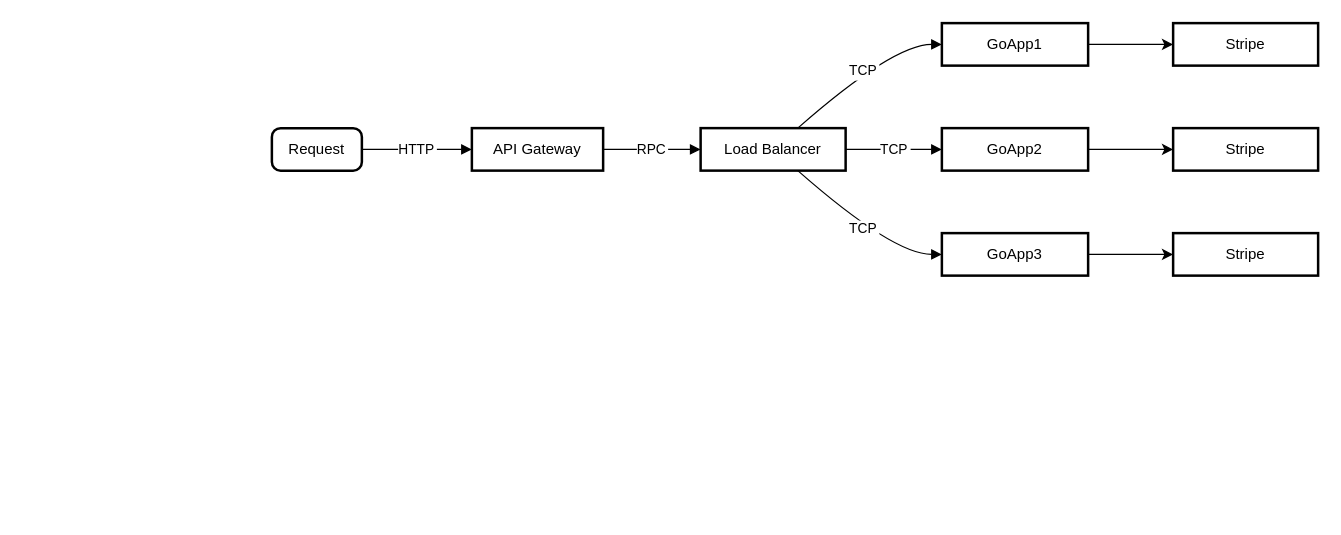
The draw.io diagram drawio/transactions-connect.drawio in HIM-Services/heaven-in-mouth, before the edit. Source tidied: cells renumbered, new cells numbered last; positions are measured from the earlier drawing's top-left corner, leaving out a move shared by most shapes. Both pictures are drawn from the tidied source at 125%, with x=0, y=0 at pixel (271, 22).
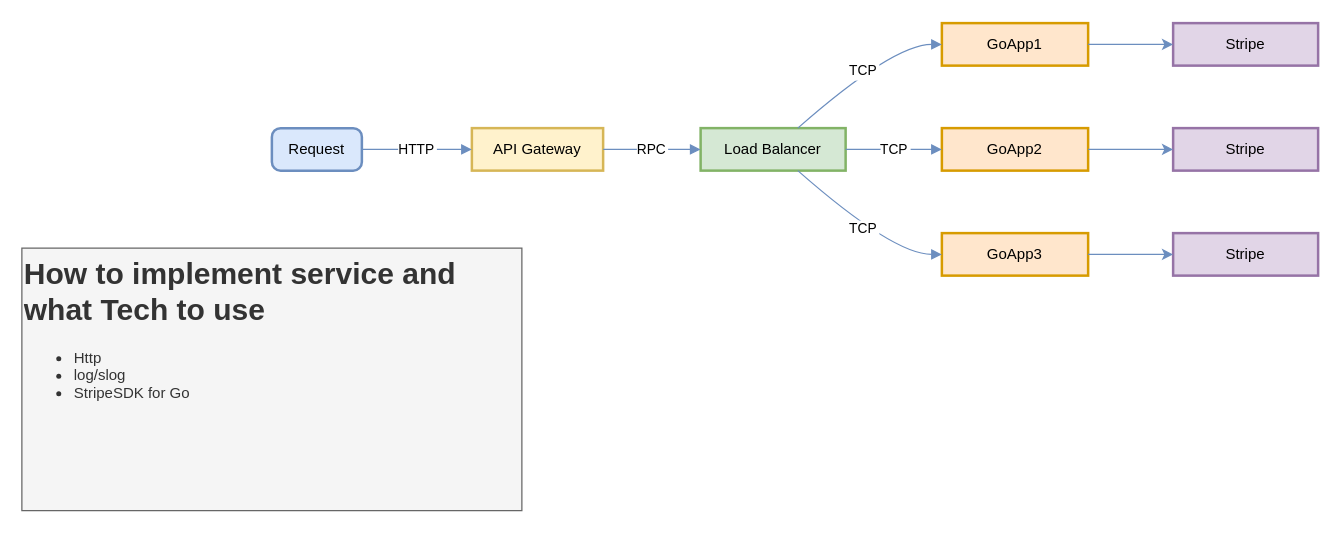
The same page after the edit.

Change to the diagram source:
```diff
@@
-    <mxCell id="2" value="Request" style="rounded=1;absoluteArcSize=1;arcSize=14;whiteSpace=wrap;strokeWidth=2;" parent="1" vertex="1">
+    <mxCell id="2" value="Request" style="rounded=1;absoluteArcSize=1;arcSize=14;whiteSpace=wrap;strokeWidth=2;fillColor=#dae8fc;strokeColor=#6c8ebf;" parent="1" vertex="1">
       <mxGeometry y="84" width="72" height="34" as="geometry" />
     </mxCell>
-    <mxCell id="3" value="API Gateway" style="whiteSpace=wrap;strokeWidth=2;" parent="1" vertex="1">
+    <mxCell id="3" value="API Gateway" style="whiteSpace=wrap;strokeWidth=2;fillColor=#fff2cc;strokeColor=#d6b656;" parent="1" vertex="1">
       <mxGeometry x="160" y="84" width="105" height="34" as="geometry" />
     </mxCell>
-    <mxCell id="4" value="Load Balancer" style="whiteSpace=wrap;strokeWidth=2;" parent="1" vertex="1">
+    <mxCell id="4" value="Load Balancer" style="whiteSpace=wrap;strokeWidth=2;fillColor=#d5e8d4;strokeColor=#82b366;" parent="1" vertex="1">
       <mxGeometry x="343" y="84" width="116" height="34" as="geometry" />
     </mxCell>
-    <mxCell id="5" value="GoApp1" style="whiteSpace=wrap;strokeWidth=2;" parent="1" vertex="1">
+    <mxCell id="5" value="GoApp1" style="whiteSpace=wrap;strokeWidth=2;fillColor=#ffe6cc;strokeColor=#d79b00;" parent="1" vertex="1">
       <mxGeometry x="536" width="117" height="34" as="geometry" />
     </mxCell>
-    <mxCell id="6" value="GoApp2" style="whiteSpace=wrap;strokeWidth=2;" parent="1" vertex="1">
+    <mxCell id="6" value="GoApp2" style="whiteSpace=wrap;strokeWidth=2;fillColor=#ffe6cc;strokeColor=#d79b00;" parent="1" vertex="1">
       <mxGeometry x="536" y="84" width="117" height="34" as="geometry" />
     </mxCell>
-    <mxCell id="7" value="GoApp3" style="whiteSpace=wrap;strokeWidth=2;" parent="1" vertex="1">
+    <mxCell id="7" value="GoApp3" style="whiteSpace=wrap;strokeWidth=2;fillColor=#ffe6cc;strokeColor=#d79b00;" parent="1" vertex="1">
       <mxGeometry x="536" y="168" width="117" height="34" as="geometry" />
     </mxCell>
-    <mxCell id="8" value="HTTP" style="curved=1;startArrow=none;endArrow=block;exitX=0.99;exitY=0.5;entryX=0;entryY=0.5;" parent="1" edge="1" source="2" target="3">
+    <mxCell id="8" value="HTTP" style="curved=1;startArrow=none;endArrow=block;exitX=0.99;exitY=0.5;entryX=0;entryY=0.5;fillColor=#dae8fc;strokeColor=#6c8ebf;" parent="1" edge="1" source="2" target="3">
       <mxGeometry relative="1" as="geometry" />
     </mxCell>
-    <mxCell id="9" value="RPC" style="curved=1;startArrow=none;endArrow=block;exitX=1;exitY=0.5;entryX=0;entryY=0.5;" parent="1" edge="1" source="3" target="4">
+    <mxCell id="9" value="RPC" style="curved=1;startArrow=none;endArrow=block;exitX=1;exitY=0.5;entryX=0;entryY=0.5;fillColor=#dae8fc;strokeColor=#6c8ebf;" parent="1" edge="1" source="3" target="4">
       <mxGeometry relative="1" as="geometry" />
     </mxCell>
-    <mxCell id="10" value="TCP" style="curved=1;startArrow=none;endArrow=block;exitX=0.67;exitY=0;entryX=0;entryY=0.5;" parent="1" edge="1" source="4" target="5">
+    <mxCell id="10" value="TCP" style="curved=1;startArrow=none;endArrow=block;exitX=0.67;exitY=0;entryX=0;entryY=0.5;fillColor=#dae8fc;strokeColor=#6c8ebf;" parent="1" edge="1" source="4" target="5">
       <mxGeometry relative="1" as="geometry">
         <Array as="points">
           <mxPoint x="497" y="17" />
         </Array>
       </mxGeometry>
     </mxCell>
-    <mxCell id="11" value="TCP" style="curved=1;startArrow=none;endArrow=block;exitX=1;exitY=0.5;entryX=0;entryY=0.5;" parent="1" edge="1" source="4" target="6">
+    <mxCell id="11" value="TCP" style="curved=1;startArrow=none;endArrow=block;exitX=1;exitY=0.5;entryX=0;entryY=0.5;fillColor=#dae8fc;strokeColor=#6c8ebf;" parent="1" edge="1" source="4" target="6">
       <mxGeometry relative="1" as="geometry" />
     </mxCell>
-    <mxCell id="12" value="TCP" style="curved=1;startArrow=none;endArrow=block;exitX=0.67;exitY=1;entryX=0;entryY=0.5;" parent="1" edge="1" source="4" target="7">
+    <mxCell id="12" value="TCP" style="curved=1;startArrow=none;endArrow=block;exitX=0.67;exitY=1;entryX=0;entryY=0.5;fillColor=#dae8fc;strokeColor=#6c8ebf;" parent="1" edge="1" source="4" target="7">
       <mxGeometry relative="1" as="geometry">
         <Array as="points">
           <mxPoint x="497" y="185" />
         </Array>
       </mxGeometry>
     </mxCell>
-    <mxCell id="13" value="Stripe" style="whiteSpace=wrap;strokeWidth=2;" parent="1" vertex="1">
+    <mxCell id="13" value="Stripe" style="whiteSpace=wrap;strokeWidth=2;fillColor=#e1d5e7;strokeColor=#9673a6;" parent="1" vertex="1">
       <mxGeometry x="721" y="84" width="116" height="34" as="geometry" />
     </mxCell>
-    <mxCell id="14" style="endArrow=classic;html=1;rounded=0;exitX=1;exitY=0.5;exitDx=0;exitDy=0;entryX=0;entryY=0.5;entryDx=0;entryDy=0;" parent="1" edge="1" source="6" target="13">
+    <mxCell id="14" style="endArrow=classic;html=1;rounded=0;exitX=1;exitY=0.5;exitDx=0;exitDy=0;entryX=0;entryY=0.5;entryDx=0;entryDy=0;fillColor=#dae8fc;strokeColor=#6c8ebf;" parent="1" edge="1" source="6" target="13">
       <mxGeometry relative="1" as="geometry" />
     </mxCell>
-    <mxCell id="15" value="Stripe" style="whiteSpace=wrap;strokeWidth=2;" parent="1" vertex="1">
+    <mxCell id="15" value="Stripe" style="whiteSpace=wrap;strokeWidth=2;fillColor=#e1d5e7;strokeColor=#9673a6;" parent="1" vertex="1">
       <mxGeometry x="721" y="168" width="116" height="34" as="geometry" />
     </mxCell>
-    <mxCell id="16" value="Stripe" style="whiteSpace=wrap;strokeWidth=2;" parent="1" vertex="1">
+    <mxCell id="16" value="Stripe" style="whiteSpace=wrap;strokeWidth=2;fillColor=#e1d5e7;strokeColor=#9673a6;" parent="1" vertex="1">
       <mxGeometry x="721" width="116" height="34" as="geometry" />
     </mxCell>
-    <mxCell id="17" style="endArrow=classic;html=1;rounded=0;exitX=1;exitY=0.5;exitDx=0;exitDy=0;entryX=0;entryY=0.5;entryDx=0;entryDy=0;" parent="1" edge="1" source="7" target="15">
+    <mxCell id="17" style="endArrow=classic;html=1;rounded=0;exitX=1;exitY=0.5;exitDx=0;exitDy=0;entryX=0;entryY=0.5;entryDx=0;entryDy=0;fillColor=#dae8fc;strokeColor=#6c8ebf;" parent="1" edge="1" source="7" target="15">
       <mxGeometry relative="1" as="geometry" />
     </mxCell>
-    <mxCell id="18" style="endArrow=classic;html=1;rounded=0;exitX=1;exitY=0.5;exitDx=0;exitDy=0;entryX=0;entryY=0.5;entryDx=0;entryDy=0;" parent="1" edge="1" source="5" target="16">
+    <mxCell id="18" style="endArrow=classic;html=1;rounded=0;exitX=1;exitY=0.5;exitDx=0;exitDy=0;entryX=0;entryY=0.5;entryDx=0;entryDy=0;fillColor=#dae8fc;strokeColor=#6c8ebf;" parent="1" edge="1" source="5" target="16">
       <mxGeometry relative="1" as="geometry" />
     </mxCell>
+    <mxCell id="19" value="&lt;h1 style=&quot;margin-top: 0px;&quot;&gt;How to implement service and what Tech to use&lt;/h1&gt;&lt;p&gt;&lt;/p&gt;&lt;ul&gt;&lt;li&gt;Http&lt;/li&gt;&lt;li&gt;log/slog&lt;/li&gt;&lt;li&gt;StripeSDK for Go&lt;/li&gt;&lt;/ul&gt;&lt;div&gt;&lt;br&gt;&lt;/div&gt;&lt;p&gt;&lt;/p&gt;" style="text;html=1;whiteSpace=wrap;overflow=hidden;rounded=0;fillColor=#f5f5f5;fontColor=#333333;strokeColor=#666666;" parent="1" vertex="1">
+      <mxGeometry x="-200" y="180" width="400" height="210" as="geometry" />
+    </mxCell>
```
